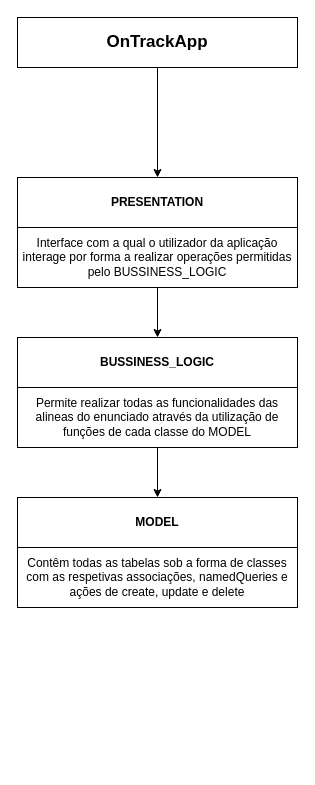
This is projetoBaseNovo/SI-TP2-Structure.drawio from 48302-DiogoJesus/InformationSystems-JPA, a draw.io file, before an edit. Source tidied: cells renumbered, new cells numbered last; positions are measured from the earlier drawing's top-left corner, leaving out a move shared by most shapes. Both pictures are drawn from the tidied source at 100%, with x=0, y=0 at pixel (17, 17).
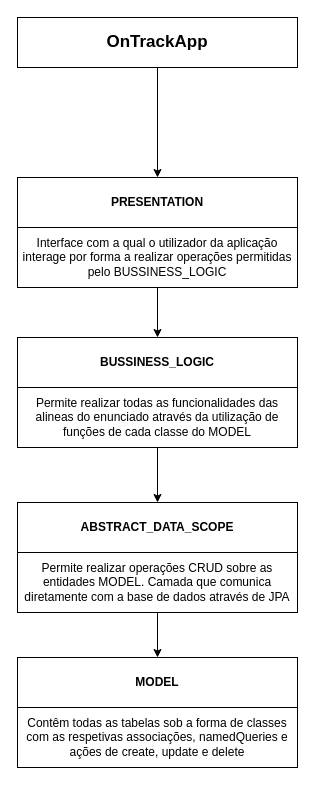
The same diagram, later.

What changed in the source:
```diff
@@
 <mxGraphModel>
   <root>
     <mxCell id="0" />
     <mxCell id="1" parent="0" />
     <mxCell id="2" value="OnTrackApp" style="rounded=0;whiteSpace=wrap;html=1;fontStyle=1;fontSize=17;" parent="1" vertex="1">
       <mxGeometry width="280" height="50" as="geometry" />
     </mxCell>
     <mxCell id="3" style="group;" parent="1" vertex="1">
-      <mxGeometry y="480" width="280" height="110" as="geometry" />
+      <mxGeometry y="640" width="280" height="110" as="geometry" />
     </mxCell>
     <mxCell id="4" value="MODEL" style="rounded=0;whiteSpace=wrap;html=1;fontStyle=1;" parent="3" vertex="1">
       <mxGeometry width="280" height="50" as="geometry" />
     </mxCell>
     <mxCell id="5" value="Contêm todas as tabelas sob a forma de classes com as respetivas associações, namedQueries e ações de create, update e delete" style="rounded=0;whiteSpace=wrap;html=1;" parent="3" vertex="1">
       <mxGeometry y="50" width="280" height="60" as="geometry" />
     </mxCell>
     <mxCell id="6" style="group;" parent="1" vertex="1">
       <mxGeometry y="320" width="280" height="110" as="geometry" />
     </mxCell>
     <mxCell id="7" value="BUSSINESS_LOGIC" style="rounded=0;whiteSpace=wrap;html=1;fontStyle=1;" parent="6" vertex="1">
       <mxGeometry width="280" height="50" as="geometry" />
     </mxCell>
     <mxCell id="8" value="Permite realizar todas as funcionalidades das alineas do enunciado através da utilização de funções de cada classe do MODEL" style="rounded=0;whiteSpace=wrap;html=1;" parent="6" vertex="1">
       <mxGeometry y="50" width="280" height="60" as="geometry" />
     </mxCell>
     <mxCell id="9" style="group;" parent="1" vertex="1">
       <mxGeometry y="160" width="280" height="110" as="geometry" />
     </mxCell>
     <mxCell id="10" value="PRESENTATION" style="rounded=0;whiteSpace=wrap;html=1;fontStyle=1;" parent="9" vertex="1">
       <mxGeometry width="280" height="50" as="geometry" />
     </mxCell>
     <mxCell id="11" value="Interface com a qual o utilizador da aplicação interage por forma a realizar operações permitidas pelo BUSSINESS_LOGIC" style="rounded=0;whiteSpace=wrap;html=1;" parent="9" vertex="1">
       <mxGeometry y="50" width="280" height="60" as="geometry" />
     </mxCell>
     <mxCell id="12" style="endArrow=classic;html=1;fontSize=17;exitX=0.5;exitY=1;exitDx=0;exitDy=0;entryX=0.5;entryY=0;entryDx=0;entryDy=0;" parent="1" edge="1" source="2" target="10">
       <mxGeometry relative="1" as="geometry" />
     </mxCell>
     <mxCell id="13" style="endArrow=classic;html=1;fontSize=17;entryX=0.5;entryY=0;entryDx=0;entryDy=0;exitX=0.5;exitY=1;exitDx=0;exitDy=0;" parent="1" edge="1" source="11" target="7">
       <mxGeometry relative="1" as="geometry" />
     </mxCell>
-    <mxCell id="14" style="endArrow=classic;html=1;fontSize=17;entryX=0.5;entryY=0;entryDx=0;entryDy=0;exitX=0.5;exitY=1;exitDx=0;exitDy=0;" parent="1" edge="1" source="8" target="4">
+    <mxCell id="14" style="endArrow=classic;html=1;fontSize=17;exitX=0.5;exitY=1;exitDx=0;exitDy=0;entryX=0.5;entryY=0;entryDx=0;entryDy=0;" parent="1" edge="1" source="8" target="16">
       <mxGeometry relative="1" as="geometry" />
     </mxCell>
+    <mxCell id="15" style="group;" parent="1" vertex="1">
+      <mxGeometry y="485" width="280" height="110" as="geometry" />
+    </mxCell>
+    <mxCell id="16" value="ABSTRACT_DATA_SCOPE" style="rounded=0;whiteSpace=wrap;html=1;fontStyle=1;" parent="15" vertex="1">
+      <mxGeometry width="280" height="50" as="geometry" />
+    </mxCell>
+    <mxCell id="17" value="Permite realizar operações CRUD sobre as entidades MODEL. Camada que comunica diretamente com a base de dados através de JPA" style="rounded=0;whiteSpace=wrap;html=1;" parent="15" vertex="1">
+      <mxGeometry y="50" width="280" height="60" as="geometry" />
+    </mxCell>
+    <mxCell id="18" style="endArrow=classic;html=1;fontSize=17;exitX=0.5;exitY=1;exitDx=0;exitDy=0;entryX=0.5;entryY=0;entryDx=0;entryDy=0;" parent="1" edge="1" source="17" target="4">
+      <mxGeometry relative="1" as="geometry" />
+    </mxCell>
   </root>
 </mxGraphModel>
```
